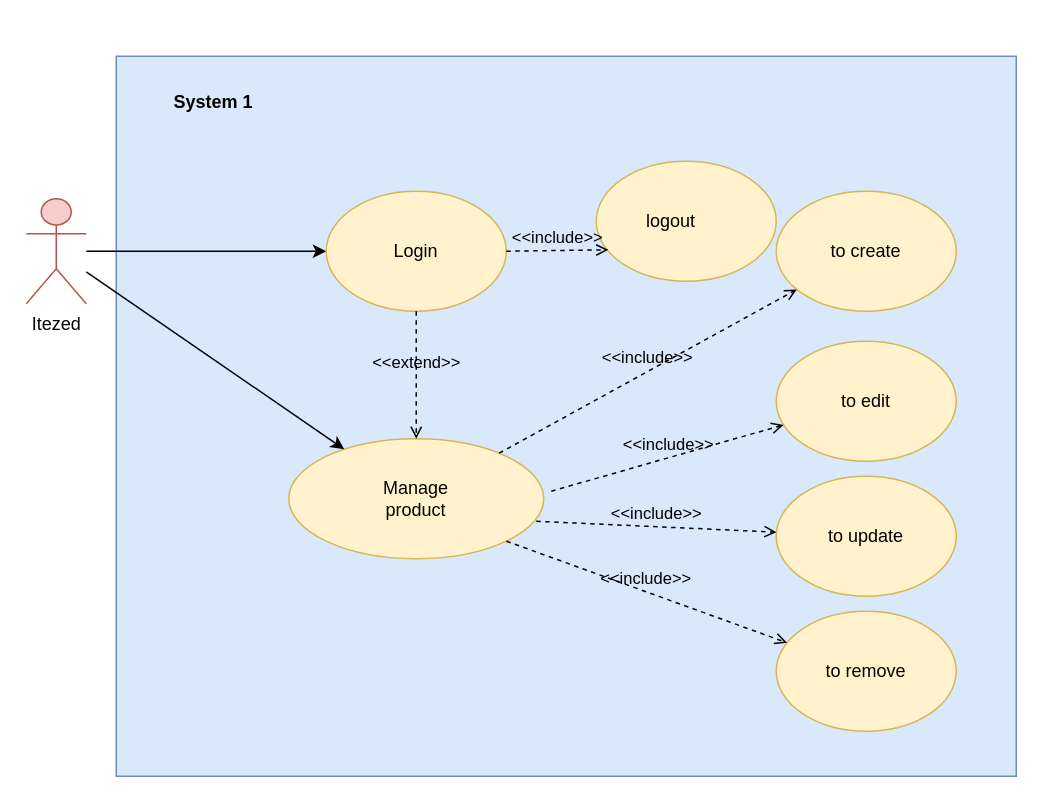
Earlier version of the draw.io diagram Diagramme sans nom.drawio (3unjung/diagrame). Source tidied: cells renumbered, new cells numbered last; positions are measured from the earlier drawing's top-left corner, leaving out a move shared by most shapes. Both pictures are drawn from the tidied source at 150%, with x=0, y=0 at pixel (26, 56).
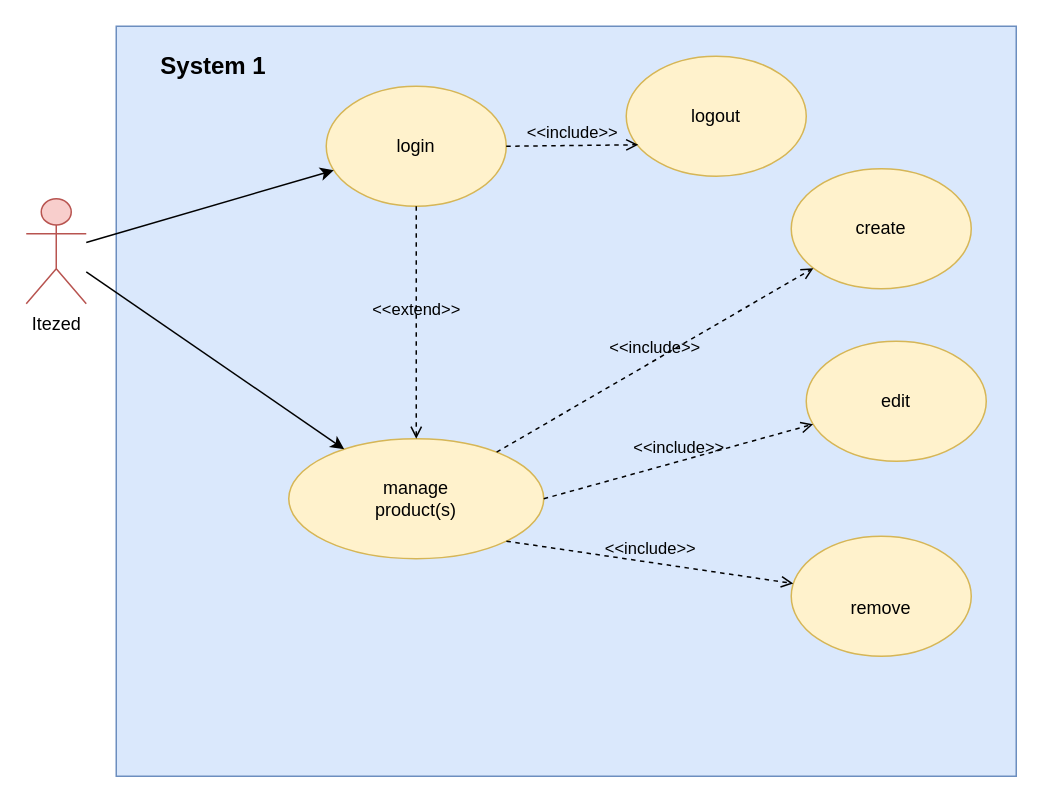
Above is the later version.

Commit message:
Mettre à jour Diagramme sans nom.drawio

The change refers to these unchanged cells:
```xml
<mxCell id="4" value="Itezed&lt;br&gt;" style="shape=umlActor;verticalLabelPosition=bottom;verticalAlign=top;html=1;outlineConnect=0;fillColor=#f8cecc;strokeColor=#b85450;" parent="1" vertex="1">
  <mxGeometry y="95" width="40" height="70" as="geometry" />
</mxCell>
<mxCell id="7" style="ellipse;whiteSpace=wrap;html=1;fillColor=#fff2cc;strokeColor=#d6b656;" parent="1" vertex="1">
  <mxGeometry x="175" y="255" width="170" height="80" as="geometry" />
</mxCell>
```

Diff of the diagram source:
```diff
@@
     <mxCell id="2" style="rounded=0;whiteSpace=wrap;html=1;fillColor=#dae8fc;strokeColor=#6c8ebf;" parent="1" vertex="1">
-      <mxGeometry x="60" width="600" height="480" as="geometry" />
+      <mxGeometry x="60" y="-20" width="600" height="500" as="geometry" />
     </mxCell>
-    <mxCell id="3" style="edgeStyle=orthogonalEdgeStyle;rounded=0;jettySize=auto;html=1;" parent="1" edge="1" source="4" target="5">
-      <mxGeometry relative="1" as="geometry">
-        <Array as="points">
-          <mxPoint x="90" y="130" />
-          <mxPoint x="90" y="130" />
-        </Array>
-      </mxGeometry>
-    </mxCell>
@@
     <mxCell id="5" style="ellipse;whiteSpace=wrap;html=1;fillColor=#fff2cc;strokeColor=#d6b656;" parent="1" vertex="1">
-      <mxGeometry x="200" y="90" width="120" height="80" as="geometry" />
+      <mxGeometry x="200" y="20" width="120" height="80" as="geometry" />
     </mxCell>
-    <mxCell id="6" value="Login" style="text;html=1;strokeColor=none;fillColor=none;align=center;verticalAlign=middle;whiteSpace=wrap;rounded=0;" parent="1" vertex="1">
-      <mxGeometry x="230" y="115" width="60" height="30" as="geometry" />
+    <mxCell id="6" value="login" style="text;html=1;strokeColor=none;fillColor=none;align=center;verticalAlign=middle;whiteSpace=wrap;rounded=0;" parent="1" vertex="1">
+      <mxGeometry x="230" y="45" width="60" height="30" as="geometry" />
     </mxCell>
@@
-    <mxCell id="8" value="Manage product&lt;br&gt;" style="text;html=1;strokeColor=none;fillColor=none;align=center;verticalAlign=middle;whiteSpace=wrap;rounded=0;" parent="1" vertex="1">
+    <mxCell id="8" value="manage product(s)" style="text;html=1;strokeColor=none;fillColor=none;align=center;verticalAlign=middle;whiteSpace=wrap;rounded=0;" parent="1" vertex="1">
       <mxGeometry x="230" y="280" width="60" height="30" as="geometry" />
     </mxCell>
@@
-    <mxCell id="11" value="to create" style="ellipse;whiteSpace=wrap;html=1;fillColor=#fff2cc;strokeColor=#d6b656;" parent="1" vertex="1">
-      <mxGeometry x="500" y="90" width="120" height="80" as="geometry" />
+    <mxCell id="11" value="create" style="ellipse;whiteSpace=wrap;html=1;fillColor=#fff2cc;strokeColor=#d6b656;" parent="1" vertex="1">
+      <mxGeometry x="510" y="75" width="120" height="80" as="geometry" />
     </mxCell>
-    <mxCell id="12" value="to edit" style="ellipse;whiteSpace=wrap;html=1;fillColor=#fff2cc;strokeColor=#d6b656;" parent="1" vertex="1">
-      <mxGeometry x="500" y="190" width="120" height="80" as="geometry" />
+    <mxCell id="12" value="edit" style="ellipse;whiteSpace=wrap;html=1;fillColor=#fff2cc;strokeColor=#d6b656;" parent="1" vertex="1">
+      <mxGeometry x="520" y="190" width="120" height="80" as="geometry" />
     </mxCell>
-    <mxCell id="13" value="to update" style="ellipse;whiteSpace=wrap;html=1;fillColor=#fff2cc;strokeColor=#d6b656;" parent="1" vertex="1">
-      <mxGeometry x="500" y="280" width="120" height="80" as="geometry" />
-    </mxCell>
-    <mxCell id="14" value="to remove" style="ellipse;whiteSpace=wrap;html=1;fillColor=#fff2cc;strokeColor=#d6b656;" parent="1" vertex="1">
-      <mxGeometry x="500" y="370" width="120" height="80" as="geometry" />
+    <mxCell id="14" value="&lt;br&gt;remove" style="ellipse;whiteSpace=wrap;html=1;fillColor=#fff2cc;strokeColor=#d6b656;" parent="1" vertex="1">
+      <mxGeometry x="510" y="320" width="120" height="80" as="geometry" />
     </mxCell>
@@
-    <mxCell id="16" value="&amp;lt;&amp;lt;include&amp;gt;&amp;gt;" style="html=1;verticalAlign=bottom;labelBackgroundColor=none;endArrow=open;endFill=0;dashed=1;rounded=0;" parent="1" edge="1" target="12">
-      <mxGeometry relative="1" as="geometry">
-        <mxPoint x="350" y="290" as="sourcePoint" />
-      </mxGeometry>
+    <mxCell id="16" value="&amp;lt;&amp;lt;include&amp;gt;&amp;gt;" style="html=1;verticalAlign=bottom;labelBackgroundColor=none;endArrow=open;endFill=0;dashed=1;rounded=0;exitX=1;exitY=0.5;exitDx=0;exitDy=0;" parent="1" edge="1" source="7" target="12">
+      <mxGeometry relative="1" as="geometry" />
     </mxCell>
-    <mxCell id="17" value="&amp;lt;&amp;lt;include&amp;gt;&amp;gt;" style="html=1;verticalAlign=bottom;labelBackgroundColor=none;endArrow=open;endFill=0;dashed=1;rounded=0;" parent="1" edge="1" target="13">
-      <mxGeometry relative="1" as="geometry">
-        <mxPoint x="340" y="310" as="sourcePoint" />
-      </mxGeometry>
-    </mxCell>
@@
     <mxCell id="19" style="ellipse;whiteSpace=wrap;html=1;fillColor=#fff2cc;strokeColor=#d6b656;" parent="1" vertex="1">
-      <mxGeometry x="380" y="70" width="120" height="80" as="geometry" />
+      <mxGeometry x="400" width="120" height="80" as="geometry" />
     </mxCell>
@@
     <mxCell id="21" value="logout" style="text;html=1;strokeColor=none;fillColor=none;align=center;verticalAlign=middle;whiteSpace=wrap;rounded=0;" parent="1" vertex="1">
-      <mxGeometry x="400" y="95" width="60" height="30" as="geometry" />
+      <mxGeometry x="430" y="25" width="60" height="30" as="geometry" />
     </mxCell>
-    <mxCell id="22" value="System 1" style="text;align=center;fontStyle=1;verticalAlign=middle;spacingLeft=3;spacingRight=3;strokeColor=none;" parent="1" vertex="1">
-      <mxGeometry x="60" y="10" width="130" height="40" as="geometry" />
+    <mxCell id="22" value="System 1" style="text;align=center;fontStyle=1;verticalAlign=middle;spacingLeft=3;spacingRight=3;strokeColor=none;fontSize=16;" parent="1" vertex="1">
+      <mxGeometry x="60" y="-15" width="130" height="40" as="geometry" />
     </mxCell>
+    <mxCell id="3" style="endArrow=classic;html=1;rounded=0;fontSize=16;" parent="1" edge="1" source="4" target="5">
+      <mxGeometry relative="1" as="geometry" />
+    </mxCell>
```
